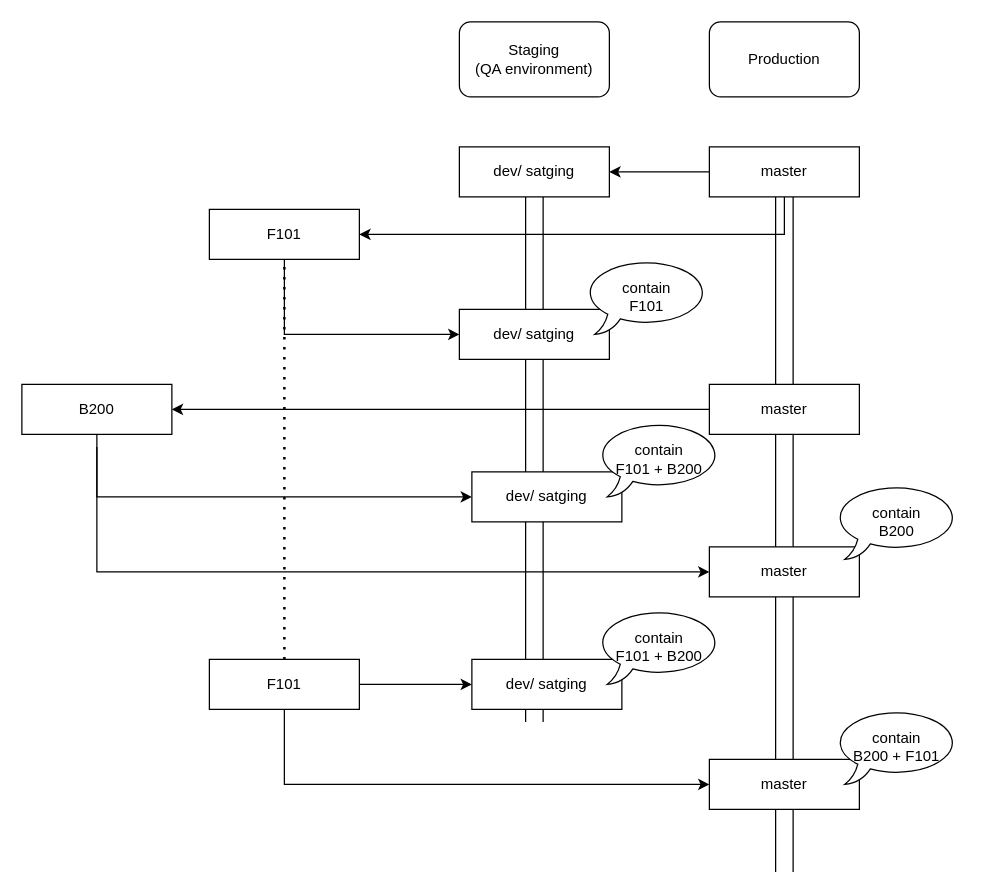
Above: page "Two evns + two Branches" (3 of 3) of github-workflow.drawio in moshe-pinhasi/git-workflow (draw.io), before the change. Source tidied: cells renumbered, new cells numbered last; positions are measured from the earlier drawing's top-left corner, leaving out a move shared by most shapes. Both pictures are drawn from the tidied source at 125%, with x=0, y=0 at pixel (21, 21).
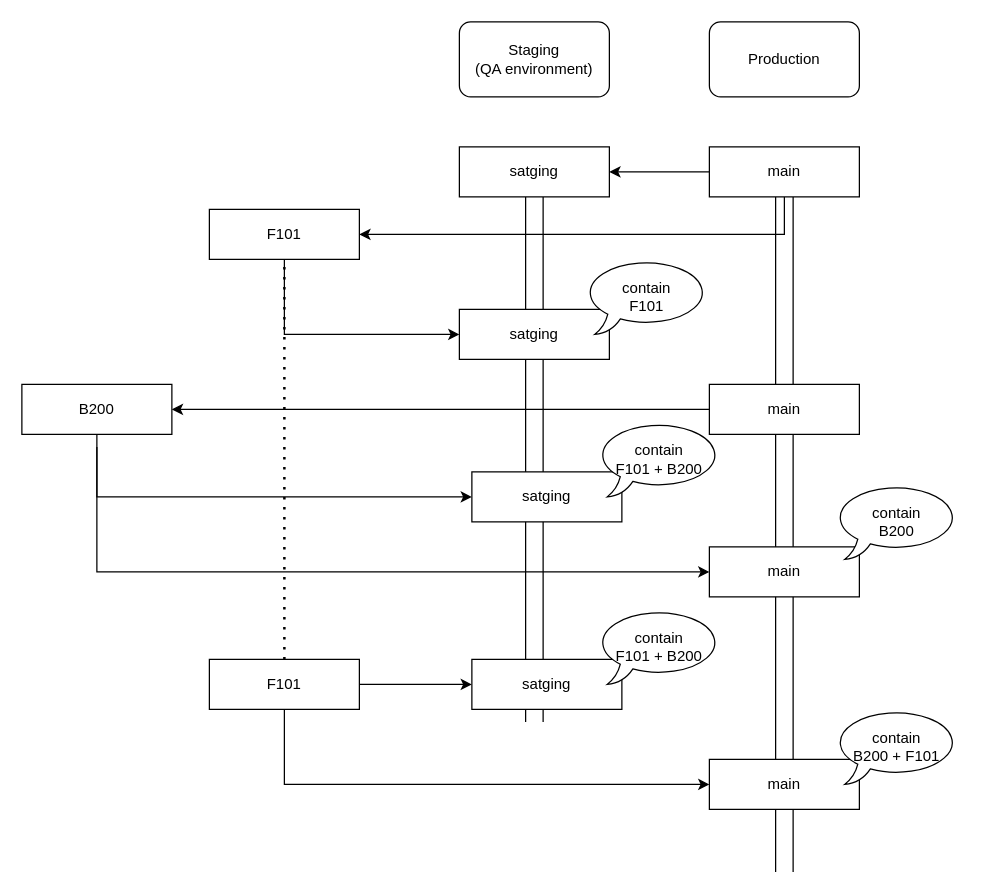
Above is the later version.

Change to the diagram source:
```diff
@@
-    <mxCell id="6" value="master" style="rounded=0;whiteSpace=wrap;html=1;" parent="1" vertex="1">
+    <mxCell id="6" value="main" style="rounded=0;whiteSpace=wrap;html=1;" parent="1" vertex="1">
       <mxGeometry x="550" y="100" width="120" height="40" as="geometry" />
     </mxCell>
-    <mxCell id="7" value="dev/ satging" style="rounded=0;whiteSpace=wrap;html=1;" parent="1" vertex="1">
+    <mxCell id="7" value="satging" style="rounded=0;whiteSpace=wrap;html=1;" parent="1" vertex="1">
       <mxGeometry x="350" y="100" width="120" height="40" as="geometry" />
     </mxCell>
@@
-    <mxCell id="12" value="dev/ satging" style="rounded=0;whiteSpace=wrap;html=1;" parent="1" vertex="1">
+    <mxCell id="12" value="satging" style="rounded=0;whiteSpace=wrap;html=1;" parent="1" vertex="1">
       <mxGeometry x="350" y="230" width="120" height="40" as="geometry" />
     </mxCell>
@@
-    <mxCell id="17" value="master" style="rounded=0;whiteSpace=wrap;html=1;" parent="1" vertex="1">
+    <mxCell id="17" value="main" style="rounded=0;whiteSpace=wrap;html=1;" parent="1" vertex="1">
       <mxGeometry x="550" y="290" width="120" height="40" as="geometry" />
     </mxCell>
-    <mxCell id="18" value="dev/ satging" style="rounded=0;whiteSpace=wrap;html=1;" parent="1" vertex="1">
+    <mxCell id="18" value="satging" style="rounded=0;whiteSpace=wrap;html=1;" parent="1" vertex="1">
       <mxGeometry x="360" y="360" width="120" height="40" as="geometry" />
     </mxCell>
-    <mxCell id="19" value="master" style="rounded=0;whiteSpace=wrap;html=1;" parent="1" vertex="1">
+    <mxCell id="19" value="main" style="rounded=0;whiteSpace=wrap;html=1;" parent="1" vertex="1">
       <mxGeometry x="550" y="420" width="120" height="40" as="geometry" />
     </mxCell>
@@
-    <mxCell id="24" value="master" style="rounded=0;whiteSpace=wrap;html=1;" parent="1" vertex="1">
+    <mxCell id="24" value="main" style="rounded=0;whiteSpace=wrap;html=1;" parent="1" vertex="1">
       <mxGeometry x="550" y="590" width="120" height="40" as="geometry" />
     </mxCell>
@@
-    <mxCell id="29" value="dev/ satging" style="rounded=0;whiteSpace=wrap;html=1;" parent="1" vertex="1">
+    <mxCell id="29" value="satging" style="rounded=0;whiteSpace=wrap;html=1;" parent="1" vertex="1">
       <mxGeometry x="360" y="510" width="120" height="40" as="geometry" />
     </mxCell>
```
